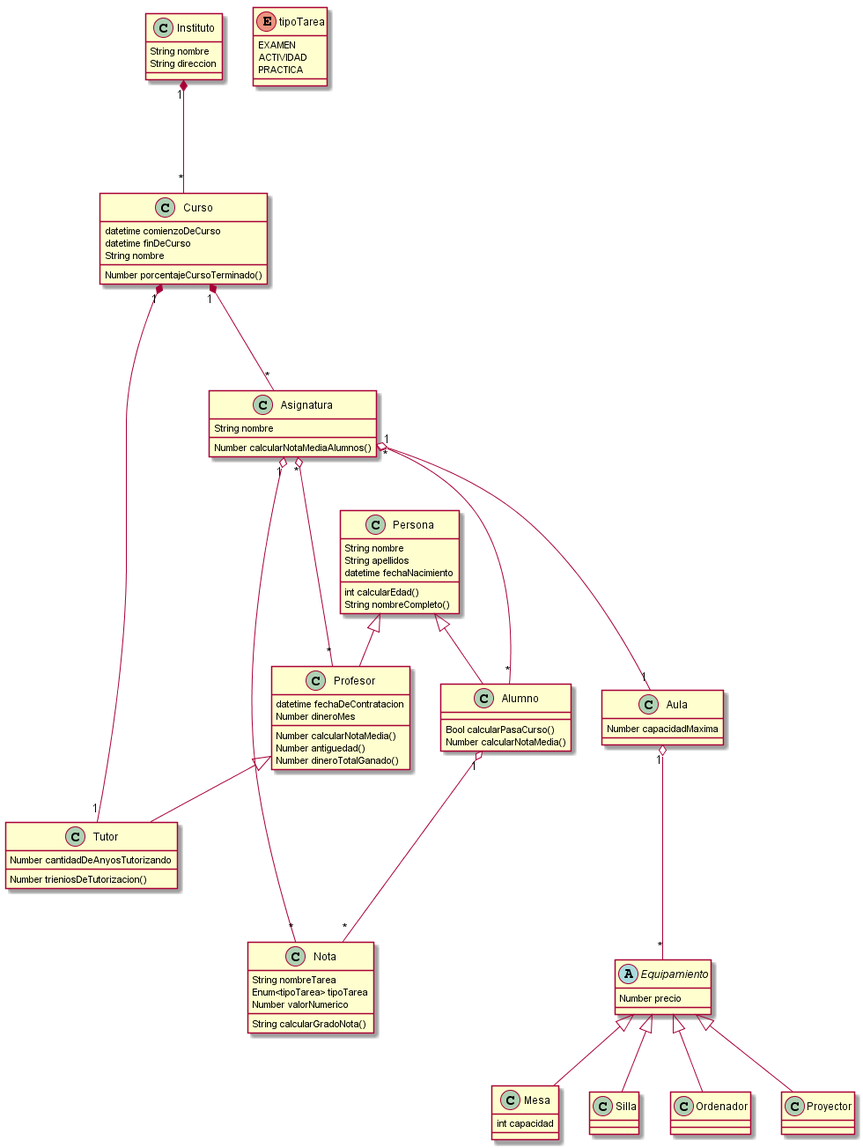
Above: uml/out/alandalus_pyc2/uml/DiagramaClases/DiagramaClases.png in manelme/alandalus_pyc2 (PlantUML), before the change.
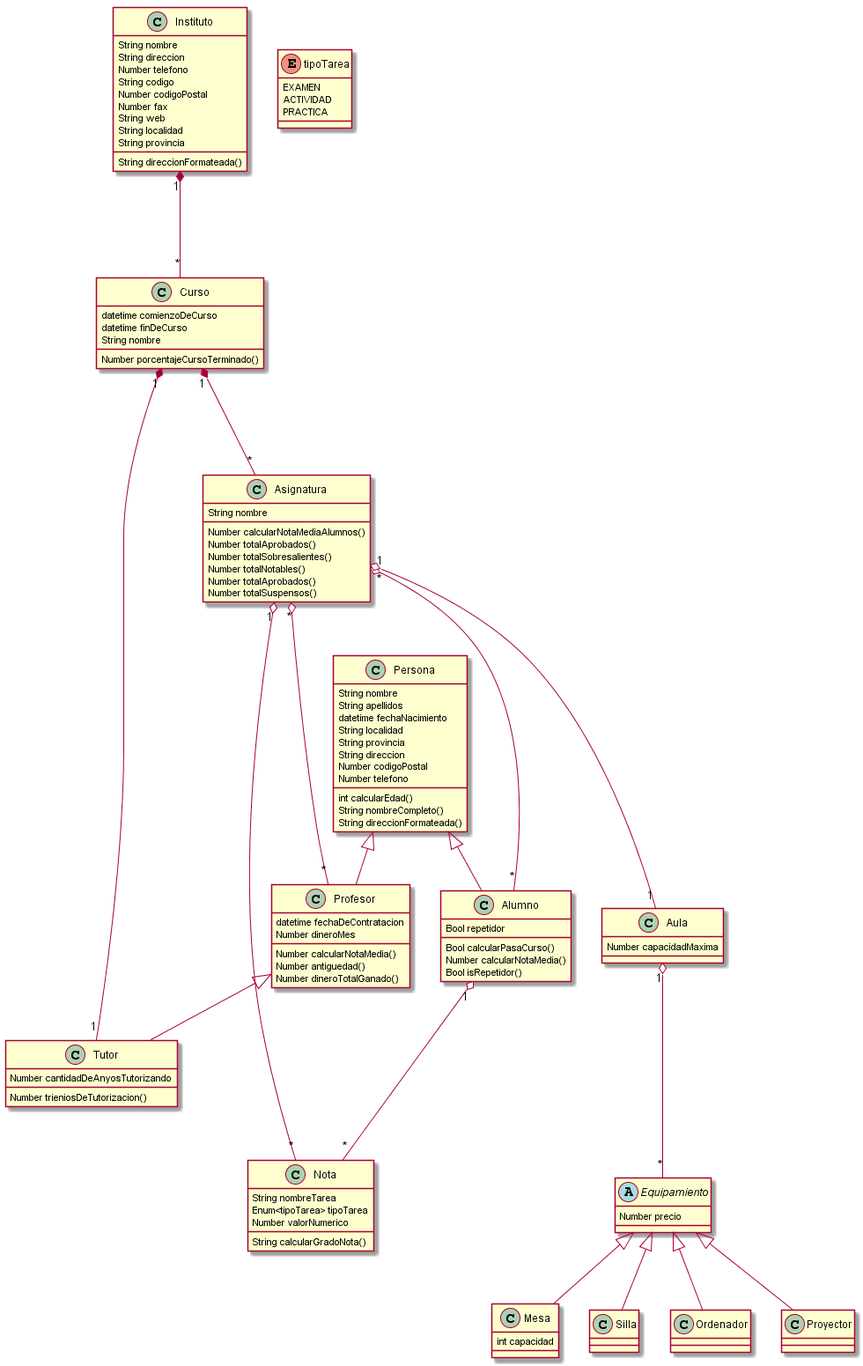
After the commit.

Commit message:
modificaciones añadidas

What changed in the source:
```diff
@@ -23,12 +23,20 @@
     String nombre
     String apellidos
     datetime fechaNacimiento
+    String localidad
+    String provincia
+    String direccion
+    Number codigoPostal
+    Number telefono
     int calcularEdad()
     String nombreCompleto()
+    String direccionFormateada()
 }
 class Alumno {
+    Bool repetidor
     Bool calcularPasaCurso()
     Number calcularNotaMedia()
+    Bool isRepetidor()
 }
 class Profesor {
     datetime fechaDeContratacion
@@ -44,10 +52,24 @@
 class Instituto {
     String nombre
     String direccion
+    Number telefono
+    String codigo
+    Number codigoPostal
+    Number fax
+    String web
+    String localidad
+    String provincia
+    String direccionFormateada()
 }
 class Asignatura {
     String nombre
     Number calcularNotaMediaAlumnos()
+    Number totalAprobados()
+    Number totalSobresalientes()
+    Number totalNotables()
+    Number totalAprobados()
+    Number totalSuspensos()
+
 }
 class Curso {
     datetime comienzoDeCurso
```
